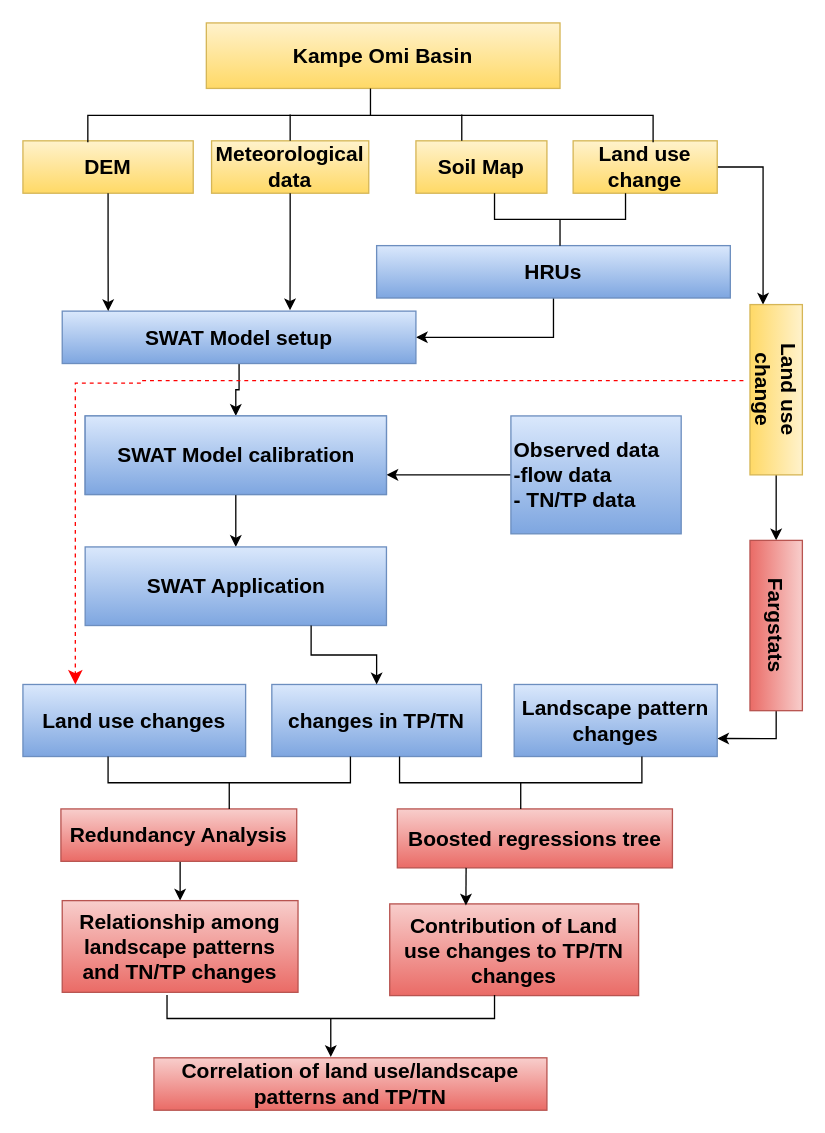
Before: Objective3.1.drawio in yemioke/PRISMA2020, a draw.io diagram. Source tidied: cells renumbered, new cells numbered last; positions are measured from the earlier drawing's top-left corner, leaving out a move shared by most shapes. Both pictures are drawn from the tidied source at 131%, with x=0, y=0 at pixel (22, -168).
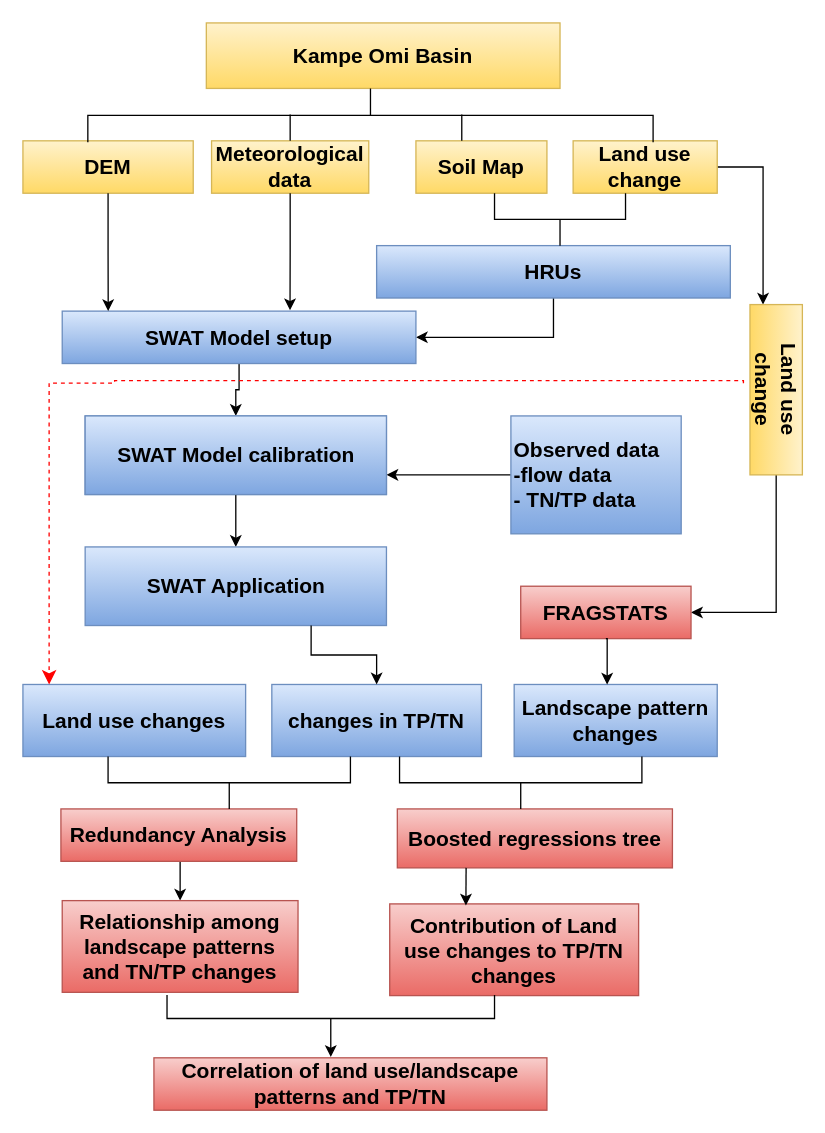
The same diagram, later.

Unchanged cells that the change refers to:
```xml
<mxCell id="16" value="&lt;font style=&quot;font-size: 16px;&quot;&gt;&lt;b&gt;Land use change&lt;/b&gt;&lt;/font&gt;" style="rounded=0;whiteSpace=wrap;html=1;rotation=90;fillColor=#fff2cc;gradientColor=#ffd966;strokeColor=#d6b656;" parent="1" vertex="1">
  <mxGeometry x="510" y="405" width="130" height="40" as="geometry" />
</mxCell>
<mxCell id="21" value="&lt;font style=&quot;font-size: 16px;&quot;&gt;&lt;b&gt;Landscape pattern changes&lt;/b&gt;&lt;/font&gt;" style="rounded=0;whiteSpace=wrap;html=1;fillColor=#dae8fc;gradientColor=#7ea6e0;strokeColor=#6c8ebf;" parent="1" vertex="1">
  <mxGeometry x="375" y="650" width="155" height="55" as="geometry" />
</mxCell>
```

Change to the diagram source:
```diff
@@
-    <mxCell id="15" style="edgeStyle=orthogonalEdgeStyle;rounded=0;jettySize=auto;html=1;exitX=1;exitY=0.5;exitDx=0;exitDy=0;entryX=0;entryY=0.5;entryDx=0;entryDy=0;" parent="1" edge="1" source="16" target="18">
+    <mxCell id="15" style="edgeStyle=orthogonalEdgeStyle;rounded=0;jettySize=auto;html=1;exitX=1;exitY=0.5;exitDx=0;exitDy=0;entryX=1;entryY=0.5;entryDx=0;entryDy=0;" parent="1" edge="1" source="16" target="18">
       <mxGeometry relative="1" as="geometry" />
     </mxCell>
@@
-    <mxCell id="17" style="edgeStyle=orthogonalEdgeStyle;rounded=0;jettySize=auto;html=1;exitX=1;exitY=0.5;exitDx=0;exitDy=0;entryX=1;entryY=0.75;entryDx=0;entryDy=0;" parent="1" edge="1" source="18" target="21">
-      <mxGeometry relative="1" as="geometry" />
-    </mxCell>
-    <mxCell id="18" value="&lt;font style=&quot;font-size: 16px;&quot;&gt;&lt;b&gt;Fargstats&lt;/b&gt;&lt;/font&gt;" style="rounded=0;whiteSpace=wrap;html=1;rotation=90;fillColor=#f8cecc;gradientColor=#ea6b66;strokeColor=#b85450;" parent="1" vertex="1">
-      <mxGeometry x="510" y="585" width="130" height="40" as="geometry" />
+    <mxCell id="18" value="&lt;font style=&quot;font-size: 16px;&quot;&gt;&lt;b&gt;FRAGSTATS&lt;/b&gt;&lt;/font&gt;" style="rounded=0;whiteSpace=wrap;html=1;rotation=0;fillColor=#f8cecc;gradientColor=#ea6b66;strokeColor=#b85450;" parent="1" vertex="1">
+      <mxGeometry x="380" y="575" width="130" height="40" as="geometry" />
     </mxCell>
@@
     <mxCell id="34" style="edgeStyle=segmentEdgeStyle;endArrow=classic;html=1;curved=0;rounded=0;endSize=8;startSize=8;dashed=1;strokeColor=#FF0000;" parent="1" edge="1">
       <mxGeometry relative="1" as="geometry">
-        <mxPoint x="550" y="418" as="sourcePoint" />
-        <mxPoint x="40" y="650" as="targetPoint" />
+        <mxPoint x="550" y="420" as="sourcePoint" />
+        <mxPoint x="20" y="650" as="targetPoint" />
         <Array as="points">
-          <mxPoint x="90" y="418" />
-          <mxPoint x="90" y="420" />
-          <mxPoint x="40" y="420" />
+          <mxPoint x="70" y="418" />
+          <mxPoint x="70" y="420" />
+          <mxPoint x="20" y="420" />
         </Array>
       </mxGeometry>
     </mxCell>
@@
+    <mxCell id="17" style="edgeStyle=orthogonalEdgeStyle;rounded=0;jettySize=auto;html=1;exitX=0.5;exitY=1;exitDx=0;exitDy=0;entryX=0.458;entryY=0.002;entryDx=0;entryDy=0;entryPerimeter=0;" parent="1" edge="1" source="18" target="21">
+      <mxGeometry relative="1" as="geometry" />
+    </mxCell>
```
